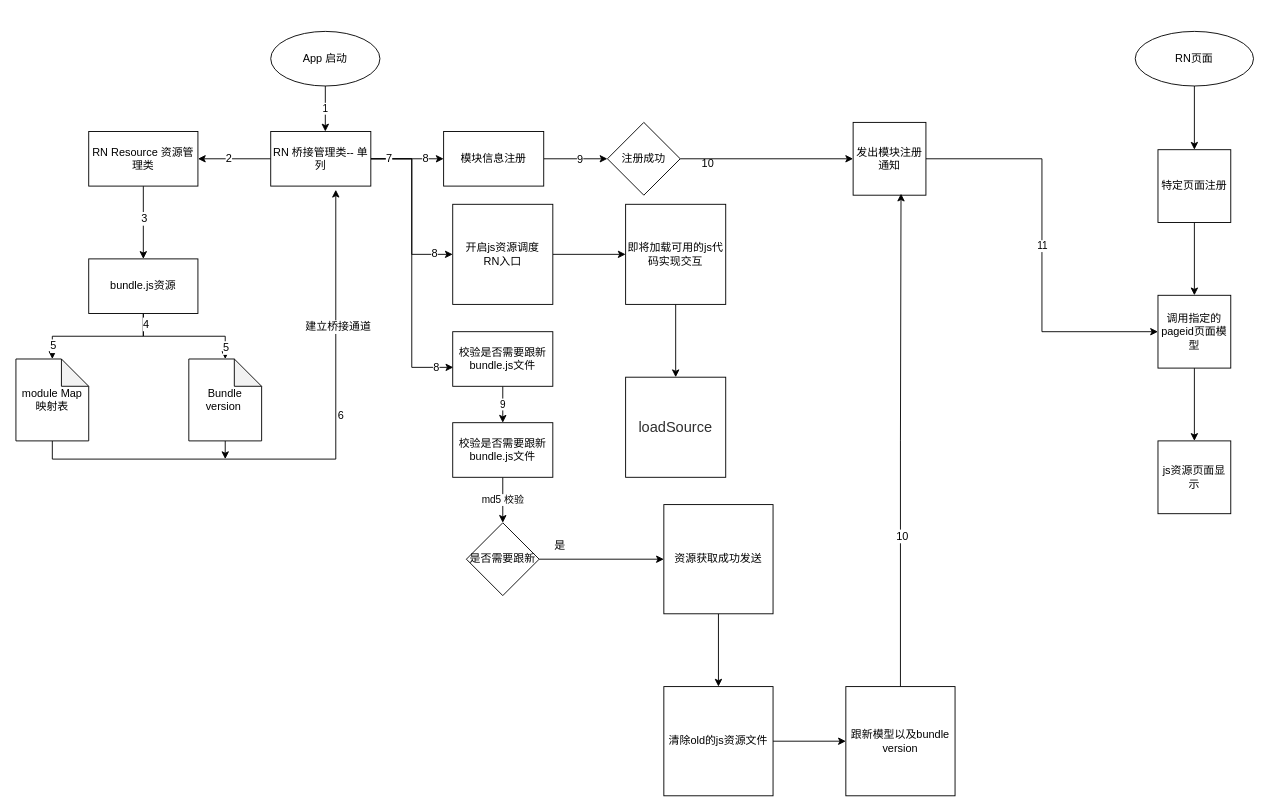
Above: LBC.drawio in Andrewliu20/-Demo (draw.io), before the change. Source tidied: cells renumbered, new cells numbered last; positions are measured from the earlier drawing's top-left corner, leaving out a move shared by most shapes. Both pictures are drawn from the tidied source at 91%, with x=0, y=0 at pixel (15, 31).
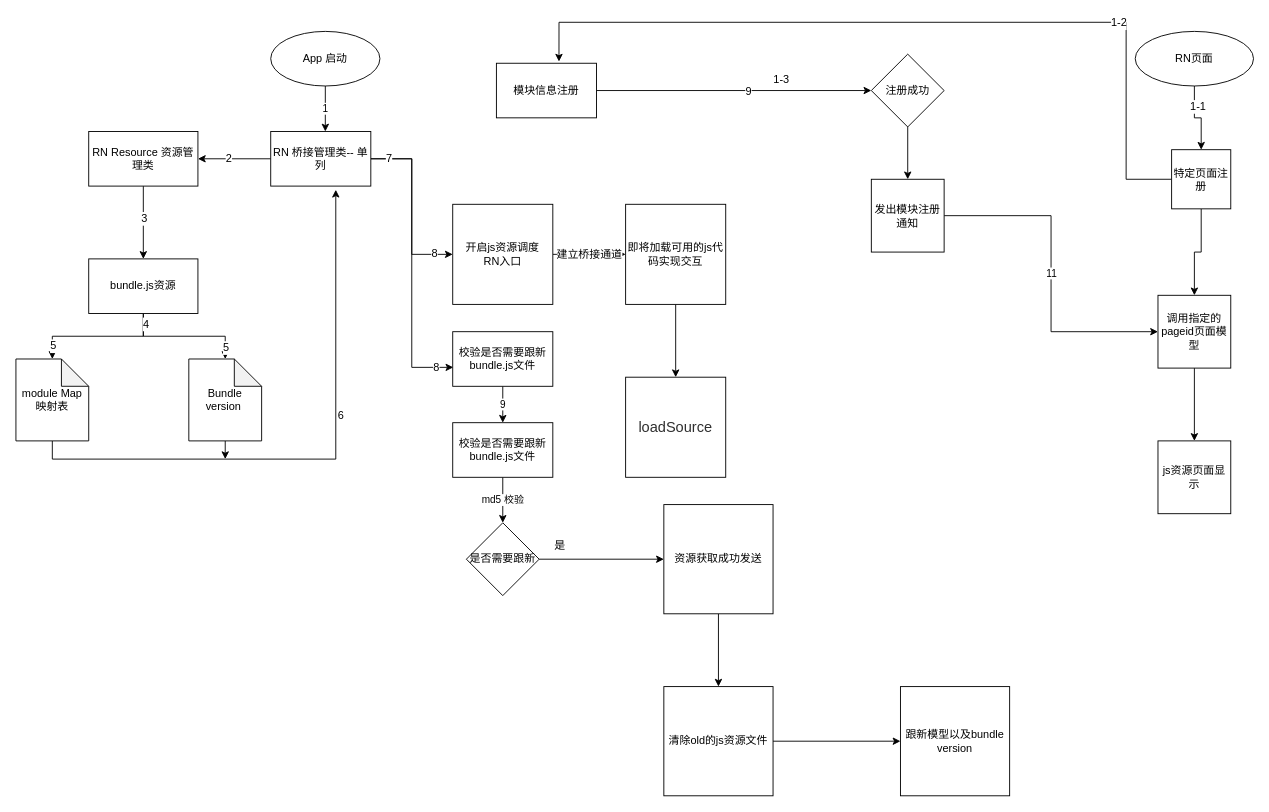
After the change.

The change refers to these unchanged cells:
```xml
<mxCell id="13" value="RN 桥接管理类-- 单列" style="rounded=0;whiteSpace=wrap;html=1;" parent="1" vertex="1">
  <mxGeometry x="280" y="110" width="110" height="60" as="geometry" />
</mxCell>
<mxCell id="14" style="edgeStyle=orthogonalEdgeStyle;rounded=0;jettySize=auto;html=1;exitX=1;exitY=0.5;exitDx=0;exitDy=0;entryX=0;entryY=0.5;entryDx=0;entryDy=0;" parent="1" edge="1" source="16" target="37">
  <mxGeometry relative="1" as="geometry" />
</mxCell>
<mxCell id="26" style="edgeStyle=orthogonalEdgeStyle;rounded=0;jettySize=auto;html=1;entryX=0.65;entryY=1.067;entryDx=0;entryDy=0;entryPerimeter=0;exitX=0.5;exitY=1;exitDx=0;exitDy=0;exitPerimeter=0;" parent="1" edge="1" source="29" target="13">
  <mxGeometry relative="1" as="geometry" />
</mxCell>
<mxCell id="42" value="开启js资源调度&lt;br&gt;RN入口&lt;br&gt;" style="rounded=0;whiteSpace=wrap;html=1;" parent="1" vertex="1">
  <mxGeometry x="480" y="190" width="110" height="110" as="geometry" />
</mxCell>
<mxCell id="44" value="即将加载可用的js代码实现交互" style="rounded=0;whiteSpace=wrap;html=1;" parent="1" vertex="1">
  <mxGeometry x="670" y="190" width="110" height="110" as="geometry" />
</mxCell>
<mxCell id="56" style="edgeStyle=orthogonalEdgeStyle;rounded=0;jettySize=auto;html=1;" parent="1" edge="1" source="57" target="59">
  <mxGeometry relative="1" as="geometry" />
</mxCell>
```

The edit, as a diff of the source:
```diff
@@
-    <mxCell id="6" style="edgeStyle=orthogonalEdgeStyle;rounded=0;jettySize=auto;html=1;" parent="1" edge="1" source="13" target="16">
-      <mxGeometry relative="1" as="geometry" />
-    </mxCell>
-    <mxCell id="7" value="8" style="text;html=1;align=center;verticalAlign=middle;labelBackgroundColor=#ffffff;" parent="6" vertex="1">
-      <mxGeometry x="0.48" y="1" relative="1" as="geometry" />
-    </mxCell>
@@
+    <mxCell id="63" value="1-3" style="text;html=1;align=center;verticalAlign=middle;labelBackgroundColor=#ffffff;" parent="14" vertex="1">
+      <mxGeometry x="0.34" y="13" relative="1" as="geometry" />
+    </mxCell>
     <mxCell id="16" value="模块信息注册" style="rounded=0;whiteSpace=wrap;html=1;" parent="1" vertex="1">
-      <mxGeometry x="470" y="110" width="110" height="60" as="geometry" />
+      <mxGeometry x="528" y="35" width="110" height="60" as="geometry" />
     </mxCell>
@@
-    <mxCell id="27" value="建立桥接通道" style="text;html=1;align=center;verticalAlign=middle;labelBackgroundColor=#ffffff;" parent="26" vertex="1">
-      <mxGeometry x="0.52" y="-2" relative="1" as="geometry" />
-    </mxCell>
@@
     <mxCell id="37" value="注册成功" style="rhombus;whiteSpace=wrap;html=1;" parent="1" vertex="1">
-      <mxGeometry x="650" y="100" width="80" height="80" as="geometry" />
+      <mxGeometry x="940" y="25" width="80" height="80" as="geometry" />
     </mxCell>
@@
     <mxCell id="39" value="发出模块注册通知" style="whiteSpace=wrap;html=1;" parent="1" vertex="1">
-      <mxGeometry x="920" y="100" width="80" height="80" as="geometry" />
+      <mxGeometry x="940" y="162.5" width="80" height="80" as="geometry" />
     </mxCell>
-    <mxCell id="40" value="10" style="text;html=1;align=left;verticalAlign=top;spacingTop=-4;" parent="1" vertex="1">
-      <mxGeometry x="752" y="135" width="30" height="20" as="geometry" />
-    </mxCell>
-    <mxCell id="41" style="edgeStyle=orthogonalEdgeStyle;rounded=0;jettySize=auto;html=1;" parent="1" edge="1" source="42" target="44">
+    <mxCell id="41" value="&lt;span style=&quot;font-size: 12px&quot;&gt;建立桥接通道&lt;/span&gt;" style="edgeStyle=orthogonalEdgeStyle;rounded=0;jettySize=auto;html=1;" parent="1" edge="1" source="42" target="44">
       <mxGeometry relative="1" as="geometry" />
     </mxCell>
@@
-    <mxCell id="52" style="edgeStyle=orthogonalEdgeStyle;rounded=0;jettySize=auto;html=1;entryX=0.658;entryY=0.979;entryDx=0;entryDy=0;entryPerimeter=0;" parent="1" edge="1" source="54" target="39">
-      <mxGeometry relative="1" as="geometry" />
-    </mxCell>
-    <mxCell id="53" value="10" style="text;html=1;align=center;verticalAlign=middle;labelBackgroundColor=#ffffff;" parent="52" vertex="1">
-      <mxGeometry x="-0.39" y="-1" relative="1" as="geometry">
-        <mxPoint y="-1" as="offset" />
-      </mxGeometry>
-    </mxCell>
     <mxCell id="54" value="跟新模型以及bundle version" style="whiteSpace=wrap;html=1;" parent="1" vertex="1">
-      <mxGeometry x="912" y="720" width="120" height="120" as="geometry" />
+      <mxGeometry x="972" y="720" width="120" height="120" as="geometry" />
     </mxCell>
@@
+    <mxCell id="64" value="1-1" style="text;html=1;align=center;verticalAlign=middle;labelBackgroundColor=#ffffff;" parent="56" vertex="1">
+      <mxGeometry x="-0.43" y="3" relative="1" as="geometry" />
+    </mxCell>
@@
+    <mxCell id="65" style="edgeStyle=orthogonalEdgeStyle;rounded=0;jettySize=auto;html=1;entryX=0.625;entryY=-0.031;entryDx=0;entryDy=0;entryPerimeter=0;" parent="1" edge="1" source="59" target="16">
+      <mxGeometry relative="1" as="geometry">
+        <Array as="points">
+          <mxPoint x="1220" y="162" />
+          <mxPoint x="1220" y="-10" />
+          <mxPoint x="597" y="-10" />
+        </Array>
+      </mxGeometry>
+    </mxCell>
+    <mxCell id="66" value="1-2" style="text;html=1;align=center;verticalAlign=middle;labelBackgroundColor=#ffffff;" parent="65" vertex="1">
+      <mxGeometry x="-0.48" relative="1" as="geometry" />
+    </mxCell>
     <mxCell id="59" value="特定页面注册" style="whiteSpace=wrap;html=1;" parent="1" vertex="1">
-      <mxGeometry x="1255" y="130" width="80" height="80" as="geometry" />
+      <mxGeometry x="1270" y="130" width="65" height="65" as="geometry" />
     </mxCell>
```
